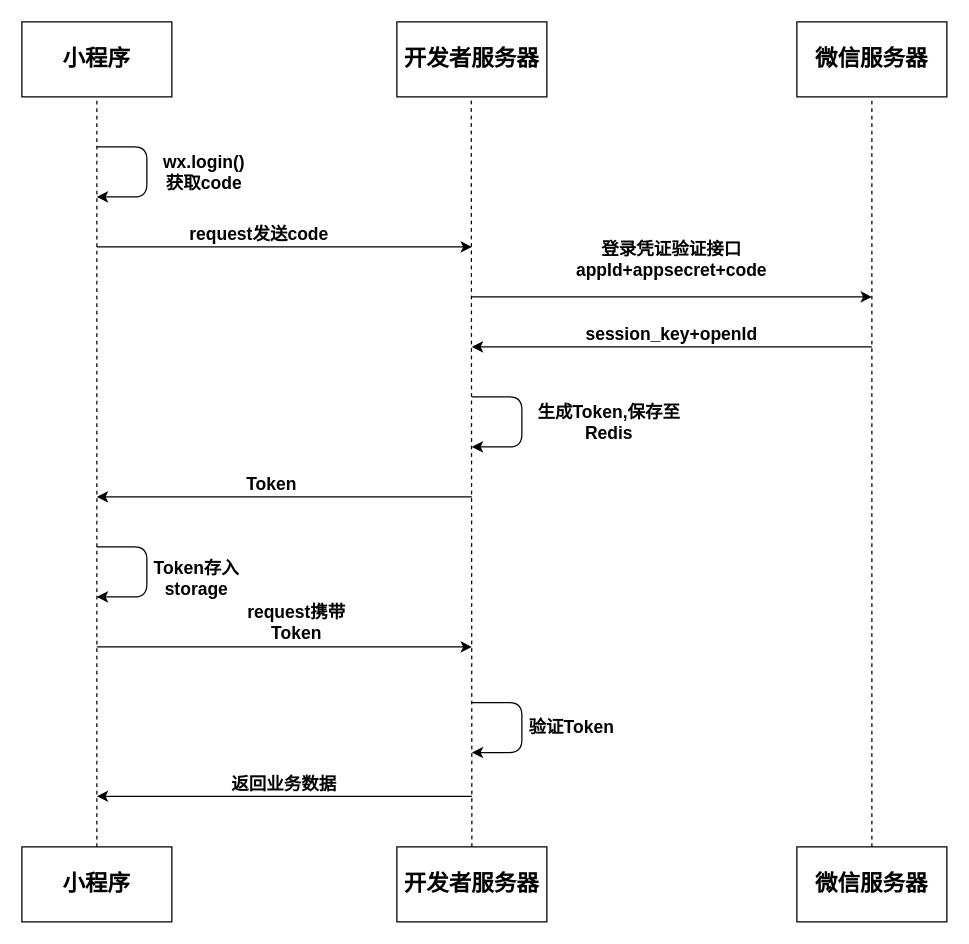
geoffrey-h/code keeps this draw.io diagram as 用户登录时序图.drawio. Above is the earlier version. Source tidied: cells renumbered, new cells numbered last; positions are measured from the earlier drawing's top-left corner, leaving out a move shared by most shapes. Both pictures are drawn from the tidied source at 125%, with x=0, y=0 at pixel (21, 21).
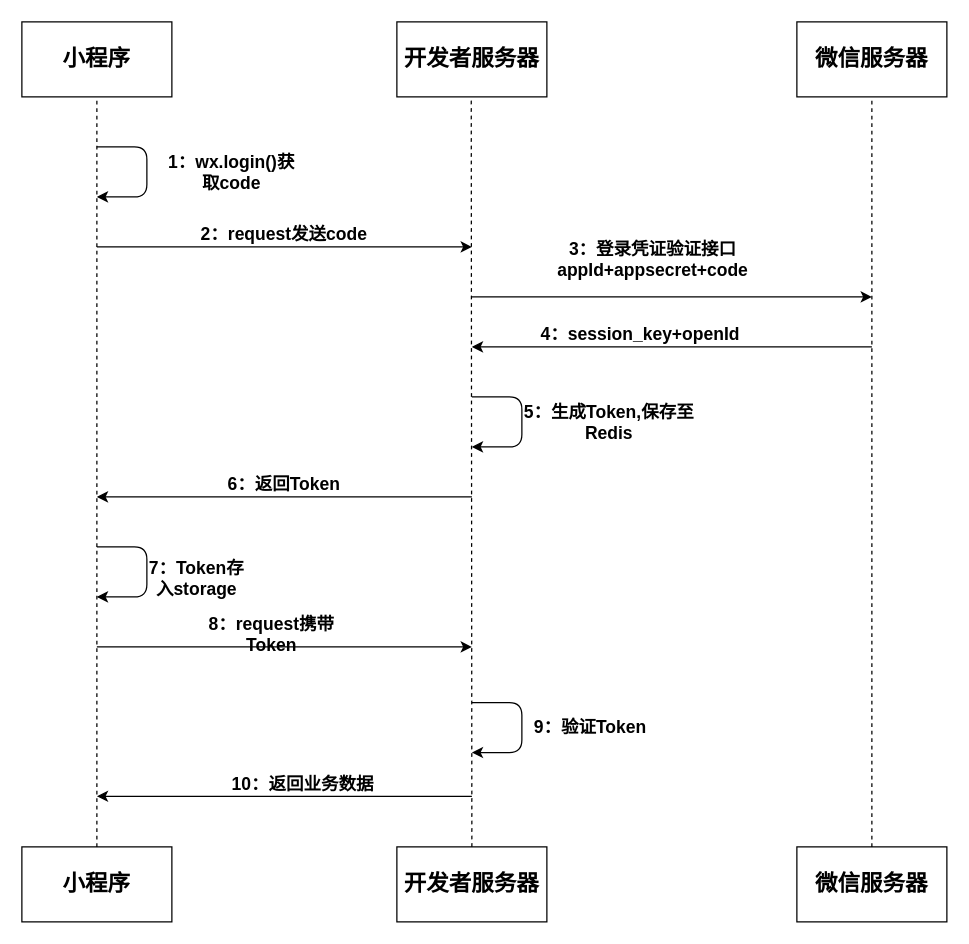
Above is the later version.

Commit message:
更新用户登录时序图.drawio

Change to the diagram source:
```diff
@@
-    <mxCell id="14" value="&lt;font style=&quot;font-size: 14px&quot; face=&quot;宋体&quot;&gt;&lt;b&gt;wx.login()获取code&lt;/b&gt;&lt;/font&gt;" style="text;html=1;strokeColor=none;fillColor=none;align=center;verticalAlign=middle;whiteSpace=wrap;rounded=0;" parent="1" vertex="1">
-      <mxGeometry x="116" y="110" width="60" height="20" as="geometry" />
+    <mxCell id="14" value="&lt;font style=&quot;font-size: 14px&quot; face=&quot;宋体&quot;&gt;&lt;b&gt;1：wx.login()获取code&lt;/b&gt;&lt;/font&gt;" style="text;html=1;strokeColor=none;fillColor=none;align=center;verticalAlign=middle;whiteSpace=wrap;rounded=0;" parent="1" vertex="1">
+      <mxGeometry x="116" y="110" width="104" height="20" as="geometry" />
     </mxCell>
@@
-    <mxCell id="16" value="&lt;font style=&quot;font-size: 14px&quot; face=&quot;宋体&quot;&gt;&lt;b&gt;request发送code&lt;/b&gt;&lt;/font&gt;" style="text;html=1;strokeColor=none;fillColor=none;align=center;verticalAlign=middle;whiteSpace=wrap;rounded=0;" parent="1" vertex="1">
-      <mxGeometry x="130" y="160" width="120" height="20" as="geometry" />
+    <mxCell id="16" value="&lt;font style=&quot;font-size: 14px&quot; face=&quot;宋体&quot;&gt;&lt;b&gt;2：request发送code&lt;/b&gt;&lt;/font&gt;" style="text;html=1;strokeColor=none;fillColor=none;align=center;verticalAlign=middle;whiteSpace=wrap;rounded=0;" parent="1" vertex="1">
+      <mxGeometry x="130" y="160" width="160" height="20" as="geometry" />
     </mxCell>
@@
-    <mxCell id="18" value="&lt;font style=&quot;font-size: 14px&quot; face=&quot;宋体&quot;&gt;&lt;b&gt;登录凭证验证接口&lt;br&gt;appId+appsecret+code&lt;/b&gt;&lt;/font&gt;&lt;br&gt;" style="text;html=1;strokeColor=none;fillColor=none;align=center;verticalAlign=middle;whiteSpace=wrap;rounded=0;" parent="1" vertex="1">
-      <mxGeometry x="460" y="170" width="120" height="40" as="geometry" />
+    <mxCell id="18" value="&lt;font style=&quot;font-size: 14px&quot; face=&quot;宋体&quot;&gt;&lt;b&gt;3：登录凭证验证接口&lt;br&gt;appId+appsecret+code&lt;/b&gt;&lt;/font&gt;&lt;br&gt;" style="text;html=1;strokeColor=none;fillColor=none;align=center;verticalAlign=middle;whiteSpace=wrap;rounded=0;" parent="1" vertex="1">
+      <mxGeometry x="430" y="170" width="150" height="40" as="geometry" />
     </mxCell>
@@
-    <mxCell id="20" value="&lt;font style=&quot;font-size: 14px&quot; face=&quot;宋体&quot;&gt;&lt;b&gt;session_key+openId&lt;/b&gt;&lt;/font&gt;&lt;br&gt;" style="text;html=1;strokeColor=none;fillColor=none;align=center;verticalAlign=middle;whiteSpace=wrap;rounded=0;" parent="1" vertex="1">
-      <mxGeometry x="460" y="240" width="120" height="20" as="geometry" />
+    <mxCell id="20" value="&lt;font style=&quot;font-size: 14px&quot; face=&quot;宋体&quot;&gt;&lt;b&gt;4：session_key+openId&lt;/b&gt;&lt;/font&gt;&lt;br&gt;" style="text;html=1;strokeColor=none;fillColor=none;align=center;verticalAlign=middle;whiteSpace=wrap;rounded=0;" parent="1" vertex="1">
+      <mxGeometry x="410" y="240" width="170" height="20" as="geometry" />
     </mxCell>
-    <mxCell id="21" value="&lt;font style=&quot;font-size: 14px&quot; face=&quot;宋体&quot;&gt;&lt;b&gt;生成Token,保存至Redis&lt;/b&gt;&lt;/font&gt;" style="text;html=1;strokeColor=none;fillColor=none;align=center;verticalAlign=middle;whiteSpace=wrap;rounded=0;" parent="1" vertex="1">
+    <mxCell id="21" value="&lt;font style=&quot;font-size: 14px&quot; face=&quot;宋体&quot;&gt;&lt;b&gt;5：生成Token,保存至Redis&lt;/b&gt;&lt;/font&gt;" style="text;html=1;strokeColor=none;fillColor=none;align=center;verticalAlign=middle;whiteSpace=wrap;rounded=0;" parent="1" vertex="1">
       <mxGeometry x="400" y="310" width="140" height="20" as="geometry" />
     </mxCell>
@@
-    <mxCell id="23" value="&lt;font style=&quot;font-size: 14px&quot; face=&quot;宋体&quot;&gt;&lt;b&gt;Token&lt;/b&gt;&lt;/font&gt;" style="text;html=1;strokeColor=none;fillColor=none;align=center;verticalAlign=middle;whiteSpace=wrap;rounded=0;" parent="1" vertex="1">
-      <mxGeometry x="180" y="360" width="40" height="20" as="geometry" />
+    <mxCell id="23" value="&lt;font style=&quot;font-size: 14px&quot; face=&quot;宋体&quot;&gt;&lt;b&gt;6：返回Token&lt;/b&gt;&lt;/font&gt;" style="text;html=1;strokeColor=none;fillColor=none;align=center;verticalAlign=middle;whiteSpace=wrap;rounded=0;" parent="1" vertex="1">
+      <mxGeometry x="150" y="360" width="120" height="20" as="geometry" />
     </mxCell>
-    <mxCell id="24" value="&lt;font style=&quot;font-size: 14px&quot; face=&quot;宋体&quot;&gt;&lt;b&gt;Token存入storage&lt;/b&gt;&lt;/font&gt;" style="text;html=1;strokeColor=none;fillColor=none;align=center;verticalAlign=middle;whiteSpace=wrap;rounded=0;" parent="1" vertex="1">
+    <mxCell id="24" value="&lt;font style=&quot;font-size: 14px&quot; face=&quot;宋体&quot;&gt;&lt;b&gt;7：Token存入storage&lt;/b&gt;&lt;/font&gt;" style="text;html=1;strokeColor=none;fillColor=none;align=center;verticalAlign=middle;whiteSpace=wrap;rounded=0;" parent="1" vertex="1">
       <mxGeometry x="100" y="430" width="80" height="30" as="geometry" />
     </mxCell>
@@
-    <mxCell id="28" value="&lt;font style=&quot;font-size: 14px&quot; face=&quot;宋体&quot;&gt;&lt;b&gt;request携带Token&lt;/b&gt;&lt;/font&gt;" style="text;html=1;strokeColor=none;fillColor=none;align=center;verticalAlign=middle;whiteSpace=wrap;rounded=0;" parent="1" vertex="1">
-      <mxGeometry x="170" y="470" width="100" height="20" as="geometry" />
+    <mxCell id="28" value="&lt;font style=&quot;font-size: 14px&quot; face=&quot;宋体&quot;&gt;&lt;b&gt;8：request携带Token&lt;/b&gt;&lt;/font&gt;" style="text;html=1;strokeColor=none;fillColor=none;align=center;verticalAlign=middle;whiteSpace=wrap;rounded=0;" parent="1" vertex="1">
+      <mxGeometry x="130" y="480" width="140" height="20" as="geometry" />
     </mxCell>
-    <mxCell id="29" value="&lt;font style=&quot;font-size: 14px&quot; face=&quot;宋体&quot;&gt;&lt;b&gt;返回业务数据&lt;/b&gt;&lt;/font&gt;" style="text;html=1;strokeColor=none;fillColor=none;align=center;verticalAlign=middle;whiteSpace=wrap;rounded=0;" parent="1" vertex="1">
-      <mxGeometry x="160" y="600" width="100" height="20" as="geometry" />
+    <mxCell id="29" value="&lt;font style=&quot;font-size: 14px&quot; face=&quot;宋体&quot;&gt;&lt;b&gt;10：返回业务数据&lt;/b&gt;&lt;/font&gt;" style="text;html=1;strokeColor=none;fillColor=none;align=center;verticalAlign=middle;whiteSpace=wrap;rounded=0;" parent="1" vertex="1">
+      <mxGeometry x="160" y="600" width="130" height="20" as="geometry" />
     </mxCell>
-    <mxCell id="30" value="&lt;font style=&quot;font-size: 14px&quot; face=&quot;宋体&quot;&gt;&lt;b&gt;验证Token&lt;/b&gt;&lt;/font&gt;" style="text;html=1;strokeColor=none;fillColor=none;align=center;verticalAlign=middle;whiteSpace=wrap;rounded=0;" parent="1" vertex="1">
-      <mxGeometry x="400" y="554" width="80" height="20" as="geometry" />
+    <mxCell id="30" value="&lt;font style=&quot;font-size: 14px&quot; face=&quot;宋体&quot;&gt;&lt;b&gt;9：验证Token&lt;/b&gt;&lt;/font&gt;" style="text;html=1;strokeColor=none;fillColor=none;align=center;verticalAlign=middle;whiteSpace=wrap;rounded=0;" parent="1" vertex="1">
+      <mxGeometry x="400" y="554" width="110" height="20" as="geometry" />
     </mxCell>
```
